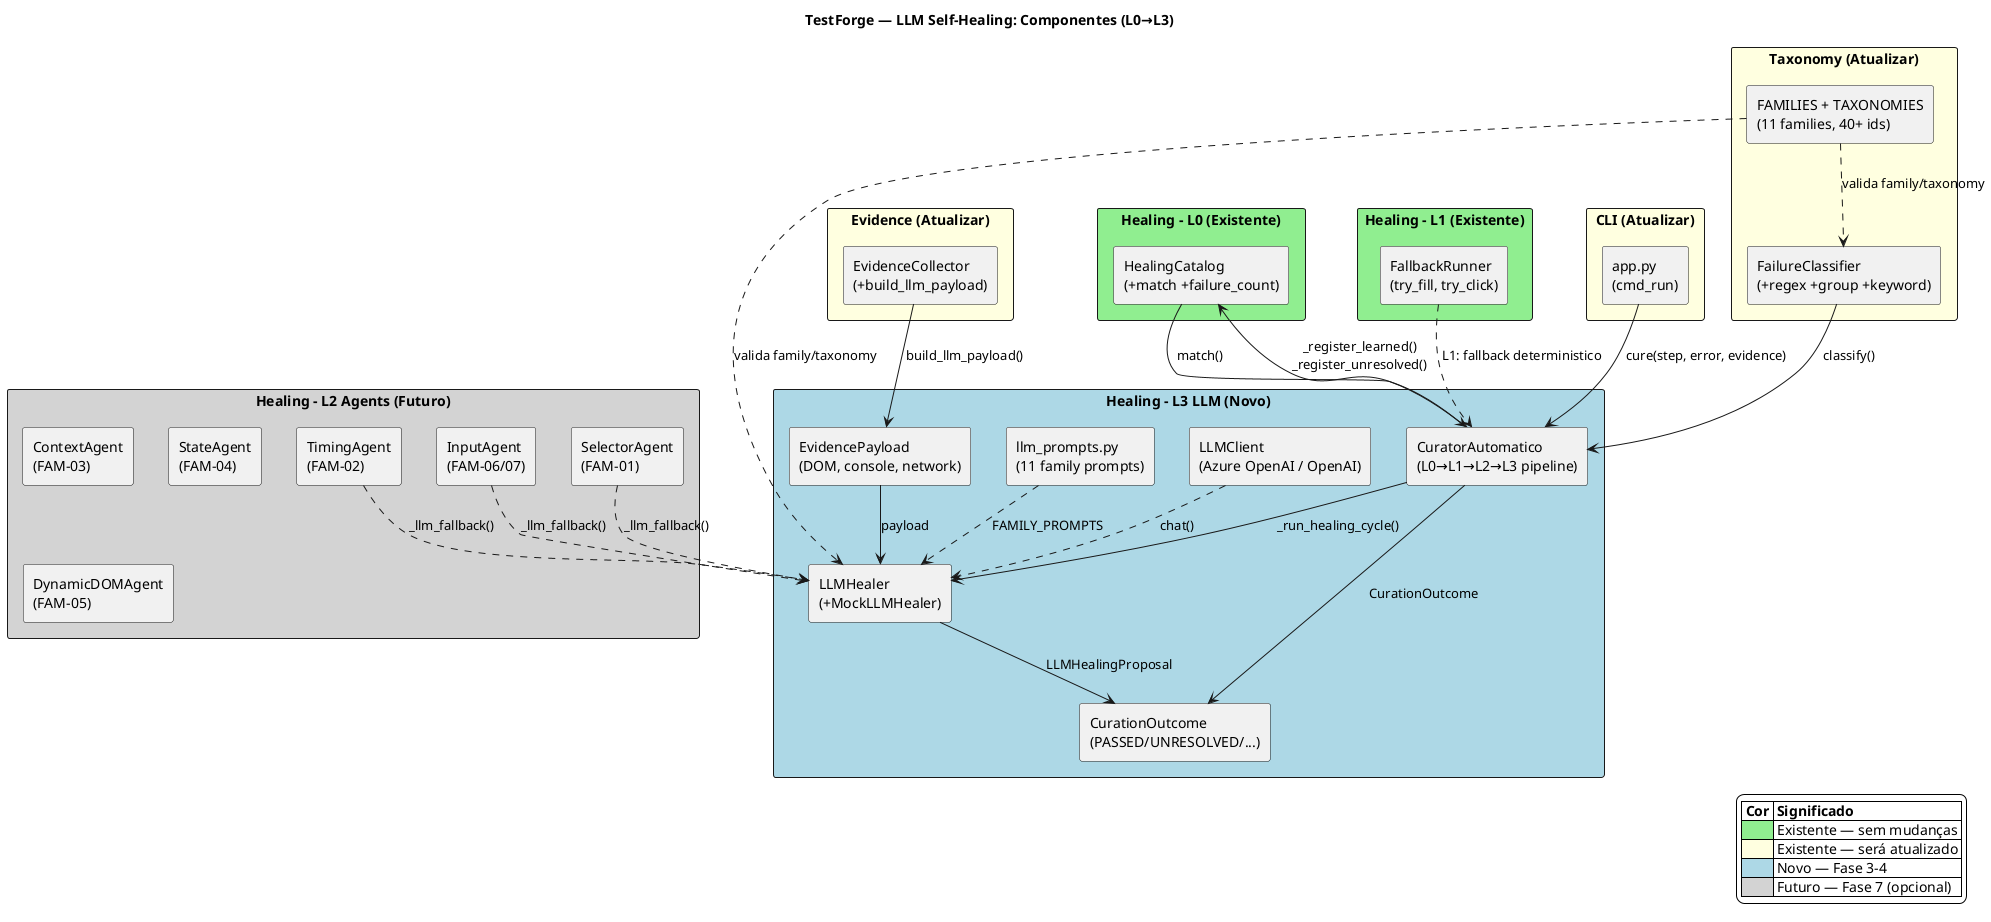
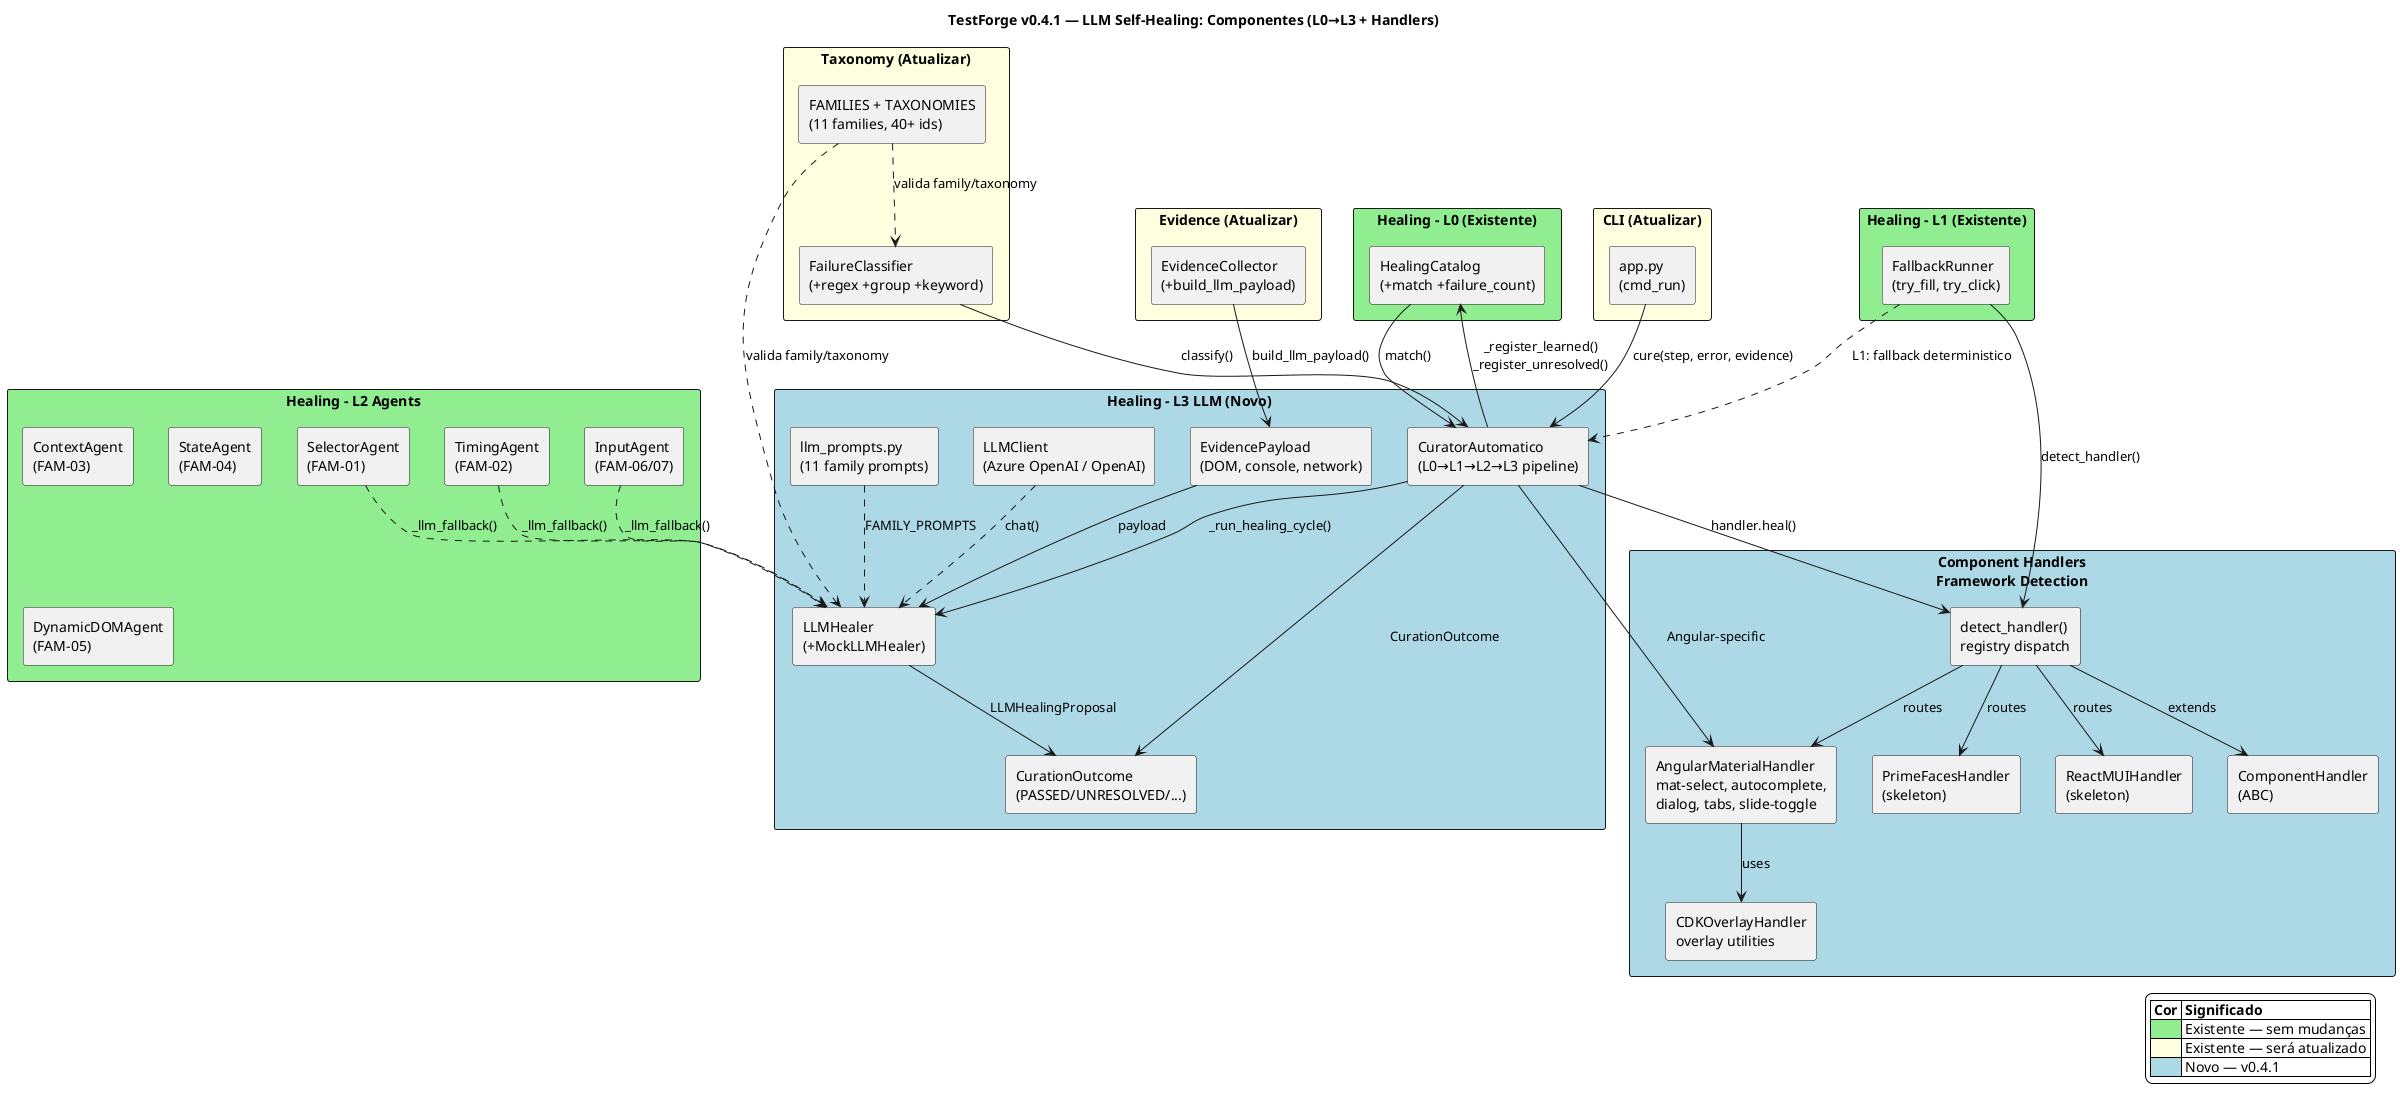
@startuml
- title TestForge — LLM Self-Healing: Componentes (L0→L3)
+ title TestForge v0.4.1 — LLM Self-Healing: Componentes (L0→L3 + Handlers)

skinparam packageStyle rectangle
skinparam backgroundColor #FFFFFF
skinparam componentStyle rectangle

' === Módulos existentes (atualizados) ===

package "Taxonomy (Atualizar)" as taxonomy #LightYellow {
  [FailureClassifier\n(+regex +group +keyword)] as FC
  [FAMILIES + TAXONOMIES\n(11 families, 40+ ids)] as FT
}

package "Evidence (Atualizar)" as evidence #LightYellow {
  [EvidenceCollector\n(+build_llm_payload)] as EC
}

package "Healing - L0 (Existente)" as l0 #LightGreen {
  [HealingCatalog\n(+match +failure_count)] as HC
}

package "Healing - L1 (Existente)" as l1 #LightGreen {
  [FallbackRunner\n(try_fill, try_click)] as FR
}

' === Novos módulos L3 ===

package "Healing - L3 LLM (Novo)" as l3 #LightBlue {
  [LLMClient\n(Azure OpenAI / OpenAI)] as LClient
  [LLMHealer\n(+MockLLMHealer)] as LHealer
  [llm_prompts.py\n(11 family prompts)] as LPrompts
  [EvidencePayload\n(DOM, console, network)] as EPayload
  [CuratorAutomatico\n(L0→L1→L2→L3 pipeline)] as Curator
  [CurationOutcome\n(PASSED/UNRESOLVED/...)] as COutcome
}

- ' === L2 Agents (Opcional) ===
+ ' === Component Handlers ===

- package "Healing - L2 Agents (Futuro)" as l2 #LightGray {
+ package "Component Handlers\nFramework Detection" as handlers #LightBlue {
+   [ComponentHandler\n(ABC)] as BASE
+   [AngularMaterialHandler\nmat-select, autocomplete,\ndialog, tabs, slide-toggle] as AMH
+   [PrimeFacesHandler\n(skeleton)] as PFH
+   [ReactMUIHandler\n(skeleton)] as RWH
+   [CDKOverlayHandler\noverlay utilities] as COH
+   [detect_handler()\nregistry dispatch] as DET
+ }
+ 
+ ' === L2 Agents (Implementados) ===
+ 
+ package "Healing - L2 Agents" as l2 #LightGreen {
  [SelectorAgent\n(FAM-01)] as SA
  [TimingAgent\n(FAM-02)] as TA
  [InputAgent\n(FAM-06/07)] as IA
  [ContextAgent\n(FAM-03)] as CA
  [StateAgent\n(FAM-04)] as StA
  [DynamicDOMAgent\n(FAM-05)] as DA
}

' === CLI ===

package "CLI (Atualizar)" as cli #LightYellow {
  [app.py\n(cmd_run)] as CMD
}

' === Dependências ===

CMD -down-> Curator : "cure(step, error, evidence)"
LClient ..> LHealer : "chat()"

EC -down-> EPayload : "build_llm_payload()"
EPayload -down-> LHealer : "payload"
LPrompts ..> LHealer : "FAMILY_PROMPTS"
LHealer -down-> COutcome : "LLMHealingProposal"

FC -down-> Curator : "classify()"
HC -down-> Curator : "match()"
FT ..> FC : "valida family/taxonomy"
FT ..> LHealer : "valida family/taxonomy"

Curator -down-> HC : "_register_learned()\n_register_unresolved()"
Curator -down-> LHealer : "_run_healing_cycle()"
Curator -down-> COutcome : "CurationOutcome"

FR ..> Curator : "L1: fallback deterministico"

SA ..> LHealer : "_llm_fallback()"
TA ..> LHealer : "_llm_fallback()"
IA ..> LHealer : "_llm_fallback()"

+ ' === Handler connections ===
+ 
+ DET -down-> BASE : extends
+ DET -down-> AMH : routes
+ DET -down-> PFH : routes
+ DET -down-> RWH : routes
+ AMH -down-> COH : uses
+ FR -down-> DET : detect_handler()
+ Curator -down-> DET : handler.heal()
+ Curator -down-> AMH : Angular-specific
+ 
' === Legend ===

legend right
  |= Cor |= Significado |
  | <#LightGreen> | Existente — sem mudanças |
  | <#LightYellow> | Existente — será atualizado |
-   | <#LightBlue> | Novo — Fase 3-4 |
-   | <#LightGray> | Futuro — Fase 7 (opcional) |
+   | <#LightBlue> | Novo — v0.4.1 |
endlegend

@enduml
